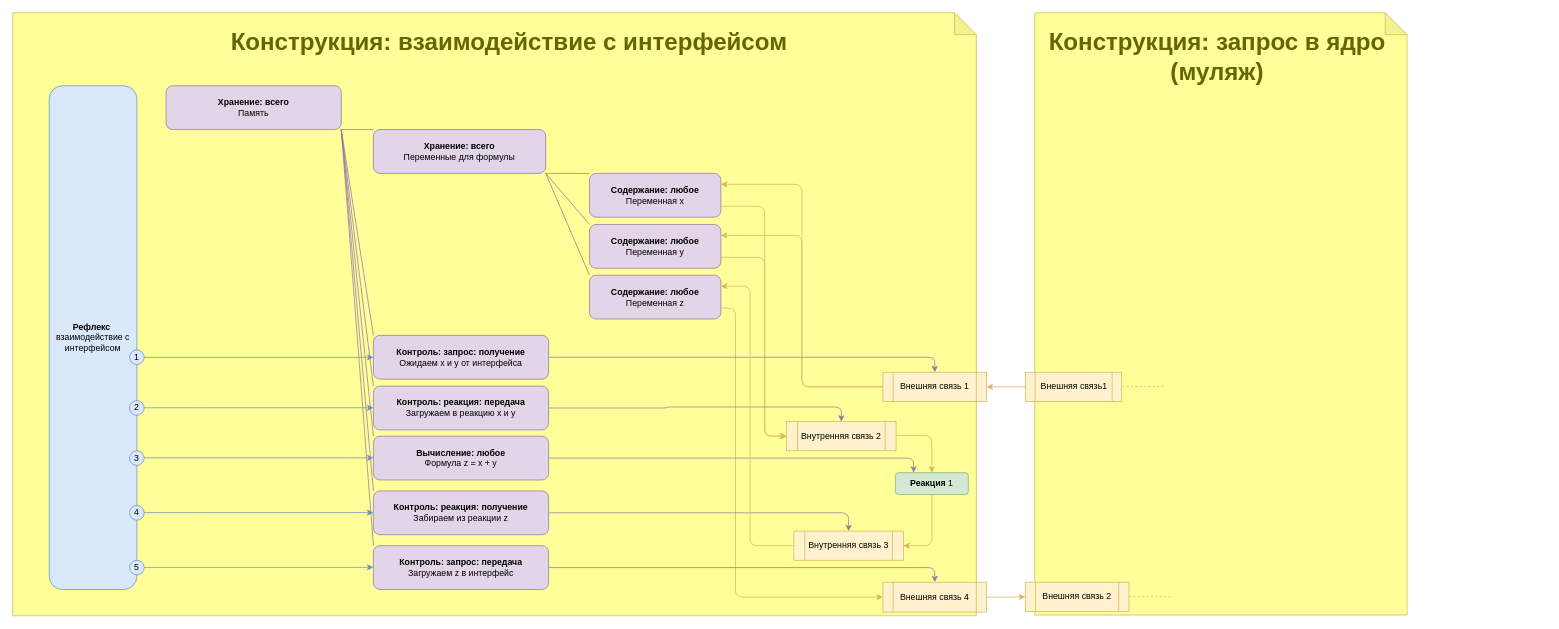
The draw.io diagram Картинки/Взаимодействие ядра.drawio in it-architector/invention.csdr, before the edit. Source tidied: cells renumbered, new cells numbered last; positions are measured from the earlier drawing's top-left corner, leaving out a move shared by most shapes. Both pictures are drawn from the tidied source at 73%, with x=0, y=0 at pixel (12, 12).
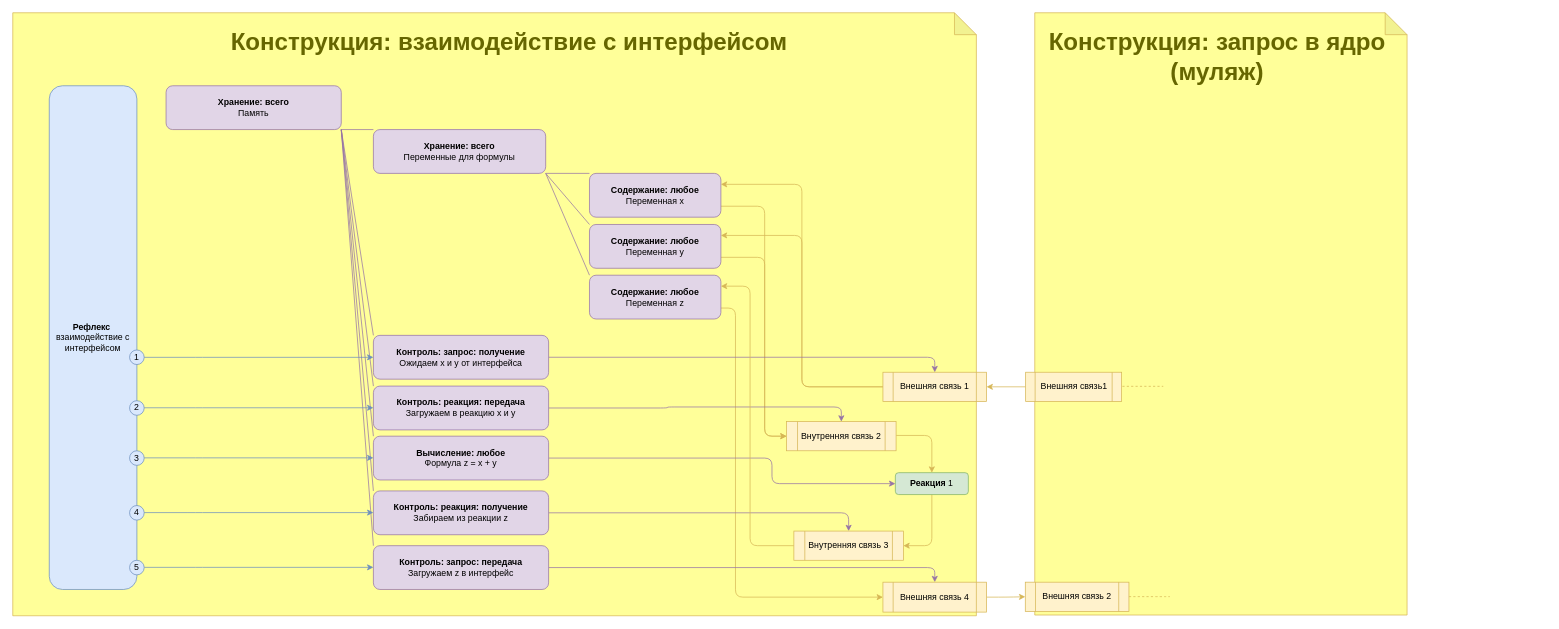
The same diagram, later.

Unchanged cells that the change refers to:
```xml
<mxCell id="13" value="&lt;b&gt;Реакция&lt;/b&gt;&amp;nbsp;1" style="rounded=1;whiteSpace=wrap;html=1;fillColor=#d5e8d4;strokeColor=#82b366;" parent="1" vertex="1">
  <mxGeometry x="1209" y="630" width="100" height="30" as="geometry" />
</mxCell>
<mxCell id="37" value="&lt;b&gt;Вычисление:&amp;nbsp;&lt;/b&gt;&lt;b&gt;любое&lt;/b&gt;&lt;br&gt;Формула z = x + y" style="rounded=1;whiteSpace=wrap;html=1;fillColor=#e1d5e7;strokeColor=#9673a6;" parent="1" vertex="1">
  <mxGeometry x="494" y="580" width="240" height="60" as="geometry" />
</mxCell>
```

What changed in the source:
```diff
@@
-    <mxCell id="36" style="edgeStyle=orthogonalEdgeStyle;jettySize=auto;html=1;exitX=1;exitY=0.5;exitDx=0;exitDy=0;endArrow=classic;endFill=1;strokeColor=#9673A6;entryX=0.25;entryY=0;entryDx=0;entryDy=0;" parent="1" edge="1" source="37" target="13">
-      <mxGeometry relative="1" as="geometry" />
+    <mxCell id="36" style="edgeStyle=orthogonalEdgeStyle;jettySize=auto;html=1;exitX=1;exitY=0.5;exitDx=0;exitDy=0;endArrow=classic;endFill=1;strokeColor=#9673A6;entryX=0;entryY=0.5;entryDx=0;entryDy=0;" parent="1" edge="1" source="37" target="13">
+      <mxGeometry relative="1" as="geometry">
+        <Array as="points">
+          <mxPoint x="1040" y="610" />
+          <mxPoint x="1040" y="645" />
+        </Array>
+      </mxGeometry>
     </mxCell>
```
